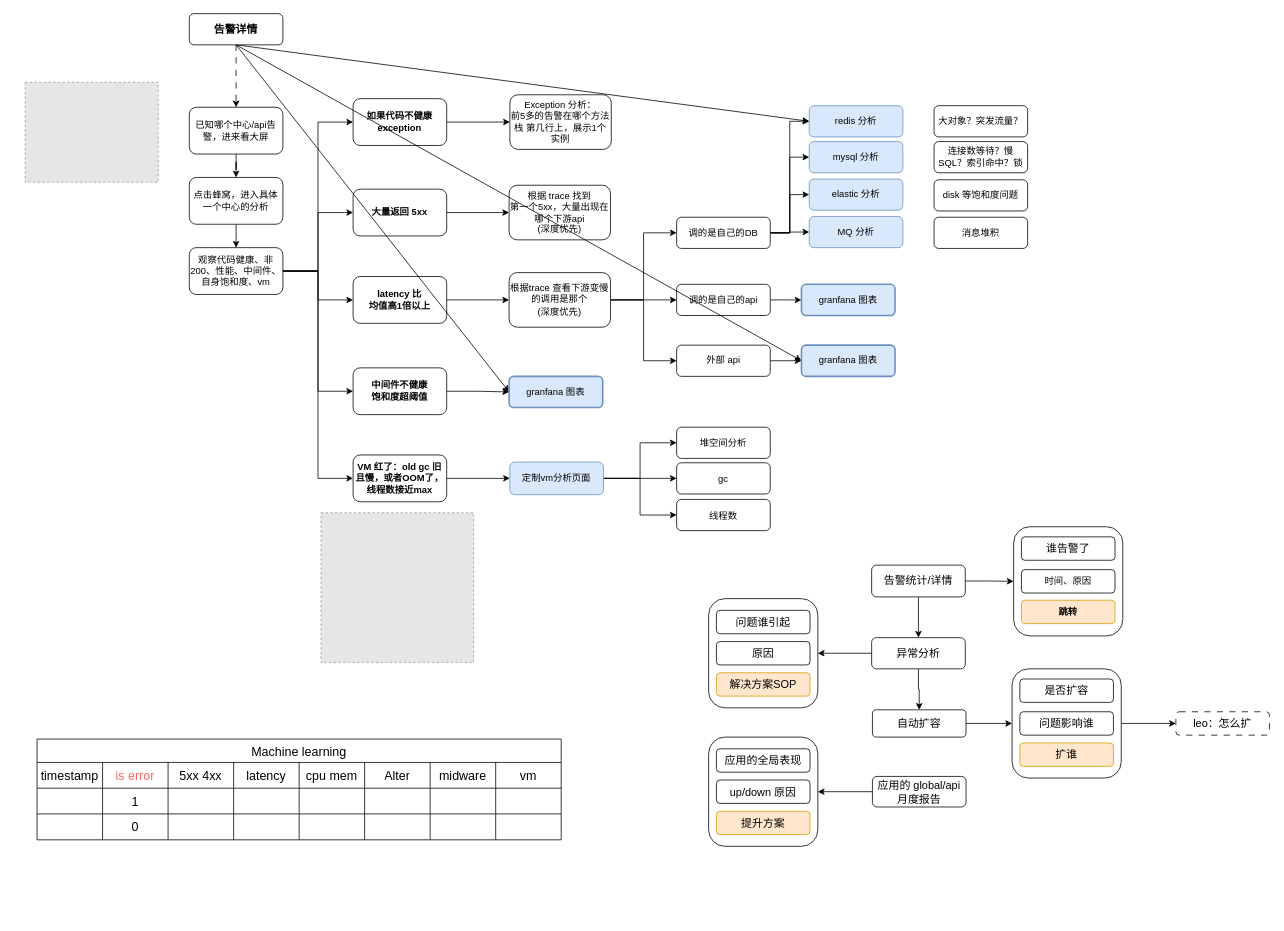
Before: page "第 6 页" (6 of 6) of 数据采集架构图.drawio in Allen9797/WorkZone, a draw.io diagram. Source tidied: cells renumbered, new cells numbered last; positions are measured from the earlier drawing's top-left corner, leaving out a move shared by most shapes. Both pictures are drawn from the tidied source at 78%, with x=0, y=0 at pixel (25, 13). Pictures stored in the file or linked from it are replaced by grey dashed boxes.
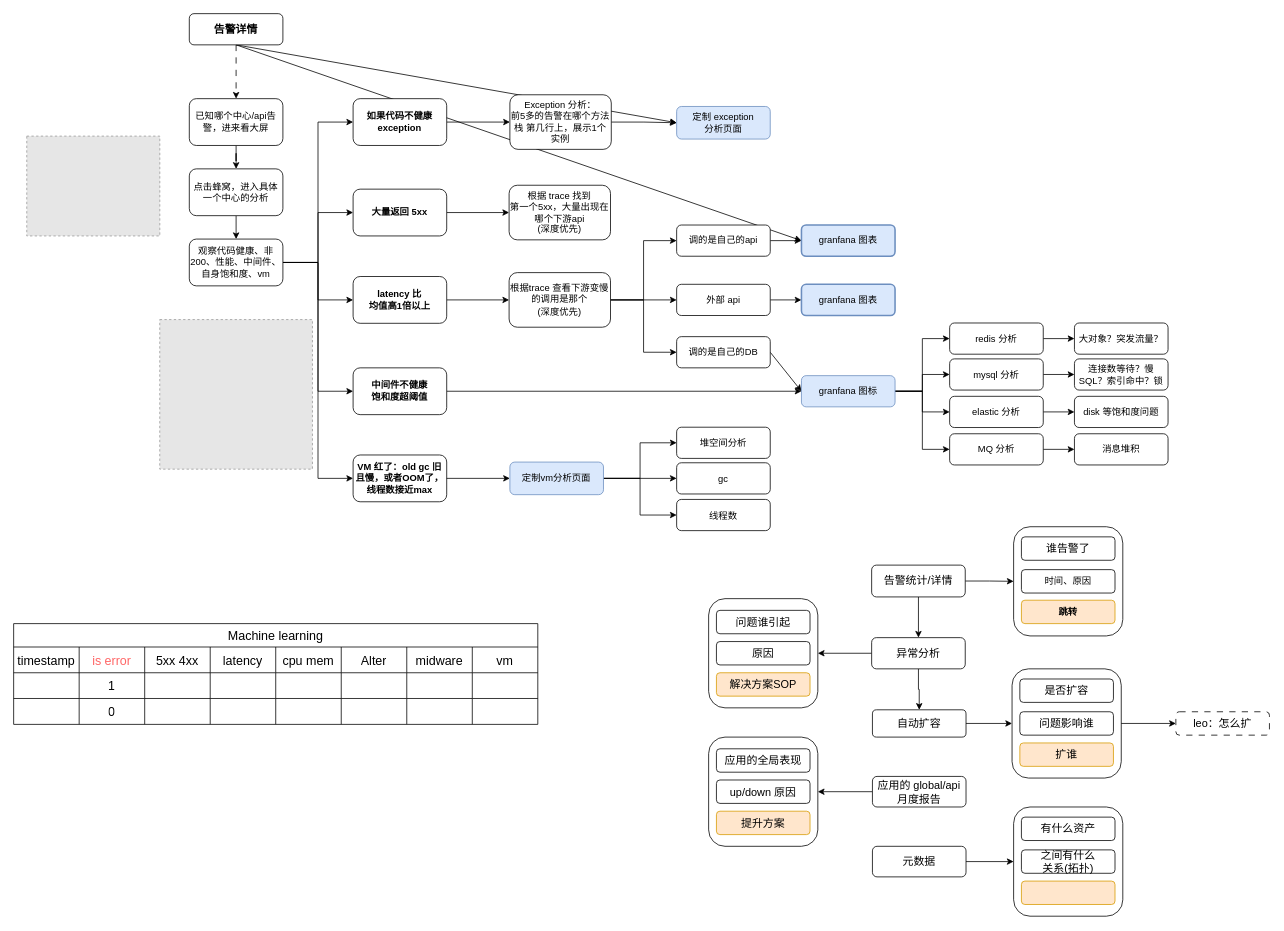
After the change.

Commit message:
更新数据采集架构图.drawio

Unchanged cells that the change refers to:
```xml
<mxCell id="7" value="&lt;font style=&quot;font-size: 14px;&quot;&gt;告警详情&lt;/font&gt;" style="rounded=1;whiteSpace=wrap;html=1;fontStyle=1;" parent="1" vertex="1">
  <mxGeometry x="210.2" width="120" height="40" as="geometry" />
</mxCell>
<mxCell id="20" value="&lt;span style=&quot;&quot;&gt;Exception 分析：&lt;br&gt;前5多的告警在哪个方法栈 第几行上，展示1个实例&lt;br&gt;&lt;/span&gt;" style="rounded=1;whiteSpace=wrap;html=1;" parent="1" vertex="1">
  <mxGeometry x="621.2" y="104" width="130" height="70" as="geometry" />
</mxCell>
<mxCell id="22" value="&lt;font style=&quot;font-size: 12px;&quot;&gt;中间件不健康&lt;br&gt;饱和度超阈值&lt;br&gt;&lt;/font&gt;" style="rounded=1;whiteSpace=wrap;html=1;fontStyle=1;" parent="1" vertex="1">
  <mxGeometry x="420.2" y="454.1" width="120" height="60" as="geometry" />
</mxCell>
```

The edit, as a diff of the source:
```diff
@@
-    <mxCell id="6" style="rounded=0;jettySize=auto;html=1;exitX=0.5;exitY=1;exitDx=0;exitDy=0;entryX=0;entryY=0.5;entryDx=0;entryDy=0;" parent="1" edge="1" source="7" target="26">
+    <mxCell id="6" style="rounded=0;jettySize=auto;html=1;exitX=0.5;exitY=1;exitDx=0;exitDy=0;entryX=0;entryY=0.5;entryDx=0;entryDy=0;" parent="1" edge="1" source="7" target="106">
       <mxGeometry relative="1" as="geometry" />
     </mxCell>
+    <mxCell id="118" style="rounded=0;jettySize=auto;html=1;exitX=0.5;exitY=1;exitDx=0;exitDy=0;entryX=0;entryY=0.5;entryDx=0;entryDy=0;" parent="1" edge="1" source="7" target="126">
+      <mxGeometry relative="1" as="geometry" />
+    </mxCell>
@@
     <mxCell id="9" value="&lt;font style=&quot;font-size: 12px;&quot;&gt;已知哪个中心/api告警，进来看大屏&lt;/font&gt;" style="rounded=1;whiteSpace=wrap;html=1;" parent="1" vertex="1">
-      <mxGeometry x="210.2" y="120" width="120" height="60" as="geometry" />
+      <mxGeometry x="210.2" y="109" width="120" height="60" as="geometry" />
     </mxCell>
@@
     <mxCell id="11" value="&lt;font style=&quot;font-size: 12px;&quot;&gt;点击蜂窝，进入具体一个中心的分析&lt;/font&gt;" style="rounded=1;whiteSpace=wrap;html=1;" parent="1" vertex="1">
-      <mxGeometry x="210.2" y="210" width="120" height="60" as="geometry" />
+      <mxGeometry x="210.2" y="199" width="120" height="60" as="geometry" />
     </mxCell>
@@
     <mxCell id="17" value="&lt;font style=&quot;font-size: 12px;&quot;&gt;观察代码健康、非200、性能、&lt;span style=&quot;border-color: var(--border-color);&quot;&gt;中间件、&lt;/span&gt;自身饱和度、vm&lt;/font&gt;" style="rounded=1;whiteSpace=wrap;html=1;" parent="1" vertex="1">
-      <mxGeometry x="210.2" y="300" width="120" height="60" as="geometry" />
+      <mxGeometry x="210.2" y="289" width="120" height="60" as="geometry" />
     </mxCell>
@@
+    <mxCell id="119" style="edgeStyle=orthogonalEdgeStyle;rounded=0;jettySize=auto;html=1;exitX=1;exitY=0.5;exitDx=0;exitDy=0;entryX=0;entryY=0.5;entryDx=0;entryDy=0;" parent="1" edge="1" source="20" target="126">
+      <mxGeometry relative="1" as="geometry" />
+    </mxCell>
@@
-    <mxCell id="21" style="edgeStyle=orthogonalEdgeStyle;rounded=0;jettySize=auto;html=1;exitX=1;exitY=0.5;exitDx=0;exitDy=0;entryX=0;entryY=0.5;entryDx=0;entryDy=0;" parent="1" edge="1" source="22" target="101">
-      <mxGeometry relative="1" as="geometry" />
-    </mxCell>
+    <mxCell id="120" style="edgeStyle=orthogonalEdgeStyle;rounded=0;jettySize=auto;html=1;exitX=1;exitY=0.5;exitDx=0;exitDy=0;entryX=0;entryY=0.5;entryDx=0;entryDy=0;" parent="1" edge="1" source="22" target="131">
+      <mxGeometry relative="1" as="geometry" />
+    </mxCell>
@@
-    <mxCell id="23" style="edgeStyle=orthogonalEdgeStyle;rounded=0;jettySize=auto;html=1;exitX=1;exitY=0.5;exitDx=0;exitDy=0;entryX=0;entryY=0.5;entryDx=0;entryDy=0;" parent="1" edge="1" source="48" target="26">
-      <mxGeometry relative="1" as="geometry" />
-    </mxCell>
-    <mxCell id="24" style="edgeStyle=orthogonalEdgeStyle;rounded=0;jettySize=auto;html=1;exitX=1;exitY=0.5;exitDx=0;exitDy=0;entryX=0;entryY=0.5;entryDx=0;entryDy=0;" parent="1" edge="1" source="48" target="27">
-      <mxGeometry relative="1" as="geometry" />
-    </mxCell>
-    <mxCell id="25" style="edgeStyle=orthogonalEdgeStyle;rounded=0;jettySize=auto;html=1;exitX=1;exitY=0.5;exitDx=0;exitDy=0;entryX=0;entryY=0.5;entryDx=0;entryDy=0;" parent="1" edge="1" source="48" target="28">
-      <mxGeometry relative="1" as="geometry" />
-    </mxCell>
+    <mxCell id="121" style="edgeStyle=orthogonalEdgeStyle;rounded=0;jettySize=auto;html=1;entryX=0;entryY=0.5;entryDx=0;entryDy=0;" parent="1" edge="1" source="26" target="84">
+      <mxGeometry relative="1" as="geometry" />
+    </mxCell>
-    <mxCell id="26" value="&lt;font style=&quot;font-size: 12px;&quot;&gt;redis 分析&lt;/font&gt;" style="rounded=1;whiteSpace=wrap;html=1;fillColor=#dae8fc;strokeColor=#6c8ebf;" parent="1" vertex="1">
-      <mxGeometry x="1005" y="118" width="120" height="40" as="geometry" />
+    <mxCell id="26" value="&lt;font style=&quot;font-size: 12px;&quot;&gt;redis 分析&lt;/font&gt;" style="rounded=1;whiteSpace=wrap;html=1;" parent="1" vertex="1">
+      <mxGeometry x="1185" y="396.6" width="120" height="40" as="geometry" />
     </mxCell>
+    <mxCell id="122" style="edgeStyle=orthogonalEdgeStyle;rounded=0;jettySize=auto;html=1;exitX=1;exitY=0.5;exitDx=0;exitDy=0;" parent="1" edge="1" source="27" target="85">
+      <mxGeometry relative="1" as="geometry" />
+    </mxCell>
-    <mxCell id="27" value="&lt;font style=&quot;font-size: 12px;&quot;&gt;mysql 分析&lt;/font&gt;" style="rounded=1;whiteSpace=wrap;html=1;fillColor=#dae8fc;strokeColor=#6c8ebf;" parent="1" vertex="1">
-      <mxGeometry x="1005" y="164" width="120" height="40" as="geometry" />
+    <mxCell id="27" value="&lt;font style=&quot;font-size: 12px;&quot;&gt;mysql 分析&lt;/font&gt;" style="rounded=1;whiteSpace=wrap;html=1;" parent="1" vertex="1">
+      <mxGeometry x="1185" y="442.6" width="120" height="40" as="geometry" />
     </mxCell>
+    <mxCell id="123" style="edgeStyle=orthogonalEdgeStyle;rounded=0;jettySize=auto;html=1;exitX=1;exitY=0.5;exitDx=0;exitDy=0;entryX=0;entryY=0.5;entryDx=0;entryDy=0;" parent="1" edge="1" source="28" target="86">
+      <mxGeometry relative="1" as="geometry" />
+    </mxCell>
-    <mxCell id="28" value="&lt;font style=&quot;font-size: 12px;&quot;&gt;elastic 分析&lt;/font&gt;" style="rounded=1;whiteSpace=wrap;html=1;fillColor=#dae8fc;strokeColor=#6c8ebf;" parent="1" vertex="1">
-      <mxGeometry x="1005" y="212" width="120" height="40" as="geometry" />
+    <mxCell id="28" value="&lt;font style=&quot;font-size: 12px;&quot;&gt;elastic 分析&lt;/font&gt;" style="rounded=1;whiteSpace=wrap;html=1;" parent="1" vertex="1">
+      <mxGeometry x="1185" y="490.6" width="120" height="40" as="geometry" />
     </mxCell>
@@
     <mxCell id="36" style="fillColor=#E6E6E6;strokeColor=#999999;dashed=1;verticalLabelPosition=bottom;labelBackgroundColor=default;verticalAlign=top;" parent="1" vertex="1">
-      <mxGeometry x="379" y="639.9" width="195.8" height="191.8" as="geometry" />
+      <mxGeometry x="172.3" y="392.2" width="195.8" height="191.8" as="geometry" />
     </mxCell>
     <mxCell id="37" style="fillColor=#E6E6E6;strokeColor=#999999;dashed=1;verticalLabelPosition=bottom;labelBackgroundColor=default;verticalAlign=top;" parent="1" vertex="1">
-      <mxGeometry x="-0.3" y="88" width="170.6" height="128" as="geometry" />
+      <mxGeometry x="1.8" y="157" width="170.6" height="128" as="geometry" />
     </mxCell>
@@
-    <mxCell id="47" style="edgeStyle=orthogonalEdgeStyle;rounded=0;jettySize=auto;html=1;exitX=1;exitY=0.5;exitDx=0;exitDy=0;entryX=0;entryY=0.5;entryDx=0;entryDy=0;" parent="1" edge="1" source="48" target="87">
-      <mxGeometry relative="1" as="geometry" />
-    </mxCell>
+    <mxCell id="124" style="rounded=0;jettySize=auto;html=1;exitX=1;exitY=0.5;exitDx=0;exitDy=0;entryX=0;entryY=0.5;entryDx=0;entryDy=0;" parent="1" edge="1" source="48" target="131">
+      <mxGeometry relative="1" as="geometry" />
+    </mxCell>
     <mxCell id="48" value="&lt;font style=&quot;font-size: 12px;&quot;&gt;调的是自己的DB&lt;/font&gt;" style="rounded=1;whiteSpace=wrap;html=1;" parent="1" vertex="1">
-      <mxGeometry x="835" y="261" width="120" height="40" as="geometry" />
+      <mxGeometry x="835" y="414.1" width="120" height="40" as="geometry" />
     </mxCell>
-    <mxCell id="49" style="edgeStyle=orthogonalEdgeStyle;rounded=0;jettySize=auto;html=1;exitX=1;exitY=0.5;exitDx=0;exitDy=0;entryX=0;entryY=0.5;entryDx=0;entryDy=0;" parent="1" edge="1" source="50">
-      <mxGeometry relative="1" as="geometry">
-        <mxPoint x="995" y="367" as="targetPoint" />
-      </mxGeometry>
+    <mxCell id="49" style="edgeStyle=orthogonalEdgeStyle;rounded=0;jettySize=auto;html=1;exitX=1;exitY=0.5;exitDx=0;exitDy=0;entryX=0;entryY=0.5;entryDx=0;entryDy=0;" parent="1" edge="1" source="50" target="106">
+      <mxGeometry relative="1" as="geometry" />
     </mxCell>
     <mxCell id="50" value="&lt;font style=&quot;font-size: 12px;&quot;&gt;调的是自己的api&lt;/font&gt;" style="rounded=1;whiteSpace=wrap;html=1;" parent="1" vertex="1">
-      <mxGeometry x="835" y="347" width="120" height="40" as="geometry" />
+      <mxGeometry x="835" y="271" width="120" height="40" as="geometry" />
     </mxCell>
@@
     <mxCell id="52" value="外部 api" style="rounded=1;whiteSpace=wrap;html=1;" parent="1" vertex="1">
-      <mxGeometry x="835" y="425" width="120" height="40" as="geometry" />
+      <mxGeometry x="835" y="347" width="120" height="40" as="geometry" />
     </mxCell>
@@
     <mxCell id="56" value="Machine learning" style="shape=table;startSize=30;childLayout=tableLayout;strokeColor=default;fontSize=16;" parent="1" vertex="1">
-      <mxGeometry x="15" y="930" width="672" height="129.2" as="geometry" />
+      <mxGeometry x="-15" y="782" width="672" height="129.2" as="geometry" />
     </mxCell>
@@
     <mxCell id="84" value="大对象？突发流量？" style="rounded=1;whiteSpace=wrap;html=1;" parent="1" vertex="1">
-      <mxGeometry x="1165" y="118" width="120" height="40" as="geometry" />
+      <mxGeometry x="1345" y="396.6" width="120" height="40" as="geometry" />
     </mxCell>
     <mxCell id="85" value="连接数等待？慢SQL？索引命中？锁" style="rounded=1;whiteSpace=wrap;html=1;" parent="1" vertex="1">
-      <mxGeometry x="1165" y="164" width="120" height="40" as="geometry" />
+      <mxGeometry x="1345" y="442.6" width="120" height="40" as="geometry" />
     </mxCell>
     <mxCell id="86" value="disk 等饱和度问题" style="rounded=1;whiteSpace=wrap;html=1;" parent="1" vertex="1">
-      <mxGeometry x="1165" y="213" width="120" height="40" as="geometry" />
+      <mxGeometry x="1345" y="490.6" width="120" height="40" as="geometry" />
     </mxCell>
+    <mxCell id="125" style="edgeStyle=orthogonalEdgeStyle;rounded=0;jettySize=auto;html=1;exitX=1;exitY=0.5;exitDx=0;exitDy=0;entryX=0;entryY=0.5;entryDx=0;entryDy=0;" parent="1" edge="1" source="87" target="88">
+      <mxGeometry relative="1" as="geometry" />
+    </mxCell>
-    <mxCell id="87" value="&lt;font style=&quot;font-size: 12px;&quot;&gt;MQ&amp;nbsp;&lt;/font&gt;分析" style="rounded=1;whiteSpace=wrap;html=1;fillColor=#dae8fc;strokeColor=#6c8ebf;" parent="1" vertex="1">
-      <mxGeometry x="1005" y="260" width="120" height="40" as="geometry" />
+    <mxCell id="87" value="&lt;font style=&quot;font-size: 12px;&quot;&gt;MQ&amp;nbsp;&lt;/font&gt;分析" style="rounded=1;whiteSpace=wrap;html=1;" parent="1" vertex="1">
+      <mxGeometry x="1185" y="538.6" width="120" height="40" as="geometry" />
     </mxCell>
     <mxCell id="88" value="消息堆积" style="rounded=1;whiteSpace=wrap;html=1;" parent="1" vertex="1">
-      <mxGeometry x="1165" y="261" width="120" height="40" as="geometry" />
+      <mxGeometry x="1345" y="538.6" width="120" height="40" as="geometry" />
     </mxCell>
@@
-    <mxCell id="99" style="rounded=0;jettySize=auto;html=1;exitX=0.5;exitY=1;exitDx=0;exitDy=0;entryX=0;entryY=0.5;entryDx=0;entryDy=0;" parent="1" edge="1" source="7" target="107">
-      <mxGeometry relative="1" as="geometry" />
-    </mxCell>
-    <mxCell id="100" style="rounded=0;jettySize=auto;html=1;exitX=0.5;exitY=1;exitDx=0;exitDy=0;entryX=0;entryY=0.5;entryDx=0;entryDy=0;" parent="1" edge="1" source="7" target="101">
-      <mxGeometry relative="1" as="geometry" />
-    </mxCell>
-    <mxCell id="101" value="granfana 图表" style="rounded=1;whiteSpace=wrap;html=1;fillColor=#dae8fc;strokeColor=#6c8ebf;strokeWidth=2;" parent="1" vertex="1">
-      <mxGeometry x="620.2" y="465" width="120" height="40" as="geometry" />
-    </mxCell>
@@
     <mxCell id="106" value="granfana 图表" style="rounded=1;whiteSpace=wrap;html=1;fillColor=#dae8fc;strokeColor=#6c8ebf;strokeWidth=2;" parent="1" vertex="1">
-      <mxGeometry x="995" y="347" width="120" height="40" as="geometry" />
+      <mxGeometry x="995" y="271" width="120" height="40" as="geometry" />
     </mxCell>
     <mxCell id="107" value="granfana 图表" style="rounded=1;whiteSpace=wrap;html=1;fillColor=#dae8fc;strokeColor=#6c8ebf;strokeWidth=2;" parent="1" vertex="1">
-      <mxGeometry x="995" y="425" width="120" height="40" as="geometry" />
+      <mxGeometry x="995" y="347" width="120" height="40" as="geometry" />
     </mxCell>
@@
+    <mxCell id="126" value="&lt;span style=&quot;font-size: 12px;&quot;&gt;定制 exception&lt;br&gt;分析页面&lt;br style=&quot;font-size: 12px;&quot;&gt;&lt;/span&gt;" style="rounded=1;whiteSpace=wrap;html=1;fontStyle=0;fontSize=12;fillColor=#dae8fc;strokeColor=#6c8ebf;" parent="1" vertex="1">
+      <mxGeometry x="835" y="119" width="120" height="41.8" as="geometry" />
+    </mxCell>
+    <mxCell id="127" style="edgeStyle=orthogonalEdgeStyle;rounded=0;jettySize=auto;html=1;exitX=1;exitY=0.5;exitDx=0;exitDy=0;entryX=0;entryY=0.5;entryDx=0;entryDy=0;" parent="1" edge="1" source="131" target="26">
+      <mxGeometry relative="1" as="geometry" />
+    </mxCell>
+    <mxCell id="128" style="edgeStyle=orthogonalEdgeStyle;rounded=0;jettySize=auto;html=1;exitX=1;exitY=0.5;exitDx=0;exitDy=0;entryX=0;entryY=0.5;entryDx=0;entryDy=0;" parent="1" edge="1" source="131" target="27">
+      <mxGeometry relative="1" as="geometry" />
+    </mxCell>
+    <mxCell id="129" style="edgeStyle=orthogonalEdgeStyle;rounded=0;jettySize=auto;html=1;exitX=1;exitY=0.5;exitDx=0;exitDy=0;entryX=0;entryY=0.5;entryDx=0;entryDy=0;" parent="1" edge="1" source="131" target="28">
+      <mxGeometry relative="1" as="geometry" />
+    </mxCell>
+    <mxCell id="130" style="edgeStyle=orthogonalEdgeStyle;rounded=0;jettySize=auto;html=1;exitX=1;exitY=0.5;exitDx=0;exitDy=0;entryX=0;entryY=0.5;entryDx=0;entryDy=0;" parent="1" edge="1" source="131" target="87">
+      <mxGeometry relative="1" as="geometry" />
+    </mxCell>
+    <mxCell id="131" value="&lt;font style=&quot;font-size: 12px;&quot;&gt;granfana 图标&lt;/font&gt;" style="rounded=1;whiteSpace=wrap;html=1;fillColor=#dae8fc;strokeColor=#6c8ebf;" parent="1" vertex="1">
+      <mxGeometry x="995" y="464.1" width="120" height="40" as="geometry" />
+    </mxCell>
+    <mxCell id="132" style="edgeStyle=orthogonalEdgeStyle;rounded=0;jettySize=auto;html=1;exitX=1;exitY=0.5;exitDx=0;exitDy=0;entryX=0;entryY=0.5;entryDx=0;entryDy=0;" parent="1" edge="1" source="133" target="134">
+      <mxGeometry relative="1" as="geometry" />
+    </mxCell>
+    <mxCell id="133" value="&lt;span style=&quot;font-size: 14px;&quot;&gt;元数据&lt;/span&gt;" style="rounded=1;whiteSpace=wrap;html=1;" parent="1" vertex="1">
+      <mxGeometry x="1086" y="1067.5" width="120" height="39.2" as="geometry" />
+    </mxCell>
+    <mxCell id="134" style="rounded=1;whiteSpace=wrap;html=1;fillColor=none;" parent="1" vertex="1">
+      <mxGeometry x="1267" y="1017.1" width="140" height="140" as="geometry" />
+    </mxCell>
+    <mxCell id="135" value="&lt;span style=&quot;font-size: 14px;&quot;&gt;之间有什么&lt;br&gt;关系(拓扑)&lt;br&gt;&lt;/span&gt;" style="rounded=1;whiteSpace=wrap;html=1;" parent="1" vertex="1">
+      <mxGeometry x="1277" y="1072.1" width="120" height="30" as="geometry" />
+    </mxCell>
+    <mxCell id="136" value="&lt;span style=&quot;font-size: 14px;&quot;&gt;有什么资产&lt;br&gt;&lt;/span&gt;" style="rounded=1;whiteSpace=wrap;html=1;" parent="1" vertex="1">
+      <mxGeometry x="1277" y="1030.1" width="120" height="30" as="geometry" />
+    </mxCell>
+    <mxCell id="137" value="&lt;span style=&quot;font-size: 14px;&quot;&gt;&lt;br&gt;&lt;/span&gt;" style="rounded=1;whiteSpace=wrap;html=1;fillColor=#ffe6cc;strokeColor=#d79b00;" parent="1" vertex="1">
+      <mxGeometry x="1277" y="1112.1" width="120" height="30" as="geometry" />
+    </mxCell>
```
